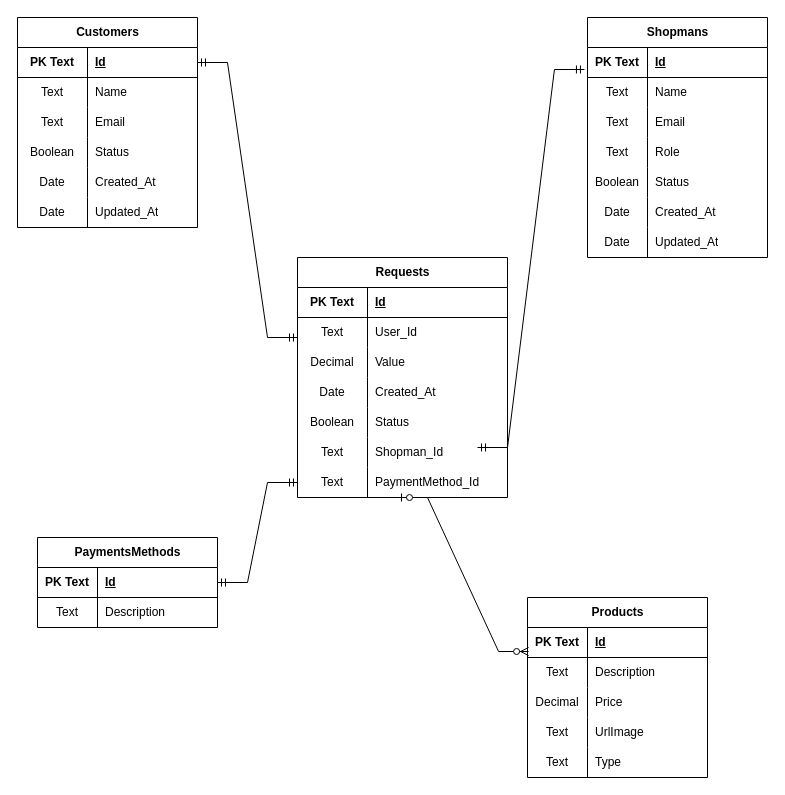
jessicaagrs/backend_APIDelivery keeps this draw.io diagram as DiagramAPIDelivery.drawio. Above is the earlier version. Source tidied: cells renumbered, new cells numbered last; positions are measured from the earlier drawing's top-left corner, leaving out a move shared by most shapes. Both pictures are drawn from the tidied source at 100%, with x=0, y=0 at pixel (17, 17).
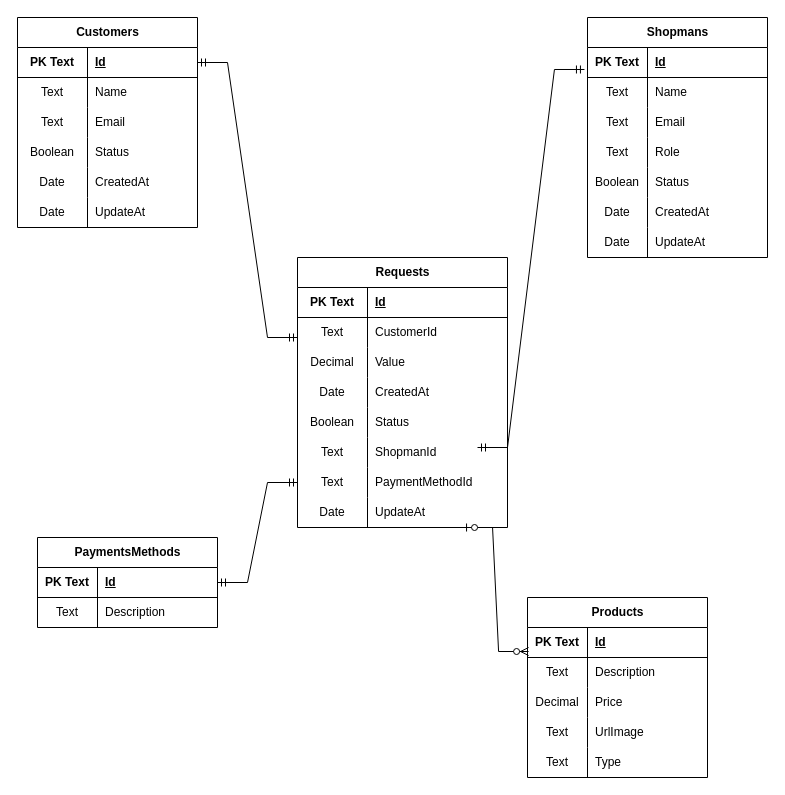
The same page after the edit.

Commit message (it also covers changes not shown here):
fix: alter props drawio

Unchanged cells that the change refers to:
```xml
<mxCell id="15" style="shape=tableRow;horizontal=0;startSize=0;swimlaneHead=0;swimlaneBody=0;fillColor=none;top=0;left=0;right=0;bottom=0;" parent="2" vertex="1">
  <mxGeometry y="150" width="180" height="30" as="geometry" />
</mxCell>
<mxCell id="18" style="shape=tableRow;horizontal=0;startSize=0;swimlaneHead=0;swimlaneBody=0;fillColor=none;top=0;left=0;right=0;bottom=0;" parent="2" vertex="1">
  <mxGeometry y="180" width="180" height="30" as="geometry" />
</mxCell>
<mxCell id="37" style="shape=tableRow;horizontal=0;startSize=0;swimlaneHead=0;swimlaneBody=0;fillColor=none;top=0;left=0;right=0;bottom=0;" parent="21" vertex="1">
  <mxGeometry y="180" width="180" height="30" as="geometry" />
</mxCell>
<mxCell id="40" style="shape=tableRow;horizontal=0;startSize=0;swimlaneHead=0;swimlaneBody=0;fillColor=none;top=0;left=0;right=0;bottom=0;" parent="21" vertex="1">
  <mxGeometry y="210" width="180" height="30" as="geometry" />
</mxCell>
<mxCell id="51" style="shape=tableRow;horizontal=0;startSize=0;swimlaneHead=0;swimlaneBody=0;fillColor=none;points=[[0,0.5],[1,0.5]];portConstraint=eastwest;top=0;left=0;right=0;bottom=1;" parent="50" vertex="1">
  <mxGeometry y="30" width="180" height="30" as="geometry" />
</mxCell>
<mxCell id="70" style="shape=tableRow;horizontal=0;startSize=0;swimlaneHead=0;swimlaneBody=0;fillColor=none;top=0;left=0;right=0;bottom=0;" parent="66" vertex="1">
  <mxGeometry y="60" width="210" height="30" as="geometry" />
</mxCell>
<mxCell id="76" style="shape=tableRow;horizontal=0;startSize=0;swimlaneHead=0;swimlaneBody=0;fillColor=none;top=0;left=0;right=0;bottom=0;" parent="66" vertex="1">
  <mxGeometry y="120" width="210" height="30" as="geometry" />
</mxCell>
<mxCell id="82" style="shape=tableRow;horizontal=0;startSize=0;swimlaneHead=0;swimlaneBody=0;fillColor=none;top=0;left=0;right=0;bottom=0;" parent="66" vertex="1">
  <mxGeometry y="180" width="210" height="30" as="geometry" />
</mxCell>
<mxCell id="85" style="shape=tableRow;horizontal=0;startSize=0;swimlaneHead=0;swimlaneBody=0;fillColor=none;top=0;left=0;right=0;bottom=0;" parent="66" vertex="1">
  <mxGeometry y="210" width="210" height="30" as="geometry" />
</mxCell>
```

Diff of the diagram source:
```diff
@@
-    <mxCell id="17" value="Created_At" style="shape=partialRectangle;fillColor=none;top=0;left=0;bottom=0;right=0;align=left;spacingLeft=6;overflow=hidden;whiteSpace=wrap;html=1;" parent="15" vertex="1">
+    <mxCell id="17" value="CreatedAt" style="shape=partialRectangle;fillColor=none;top=0;left=0;bottom=0;right=0;align=left;spacingLeft=6;overflow=hidden;whiteSpace=wrap;html=1;" parent="15" vertex="1">
       <mxGeometry x="70" width="110" height="30" as="geometry" />
     </mxCell>
@@
-    <mxCell id="20" value="Updated_At" style="shape=partialRectangle;fillColor=none;top=0;left=0;bottom=0;right=0;align=left;spacingLeft=6;overflow=hidden;whiteSpace=wrap;html=1;" parent="18" vertex="1">
+    <mxCell id="20" value="UpdateAt" style="shape=partialRectangle;fillColor=none;top=0;left=0;bottom=0;right=0;align=left;spacingLeft=6;overflow=hidden;whiteSpace=wrap;html=1;" parent="18" vertex="1">
       <mxGeometry x="70" width="110" height="30" as="geometry" />
     </mxCell>
@@
-    <mxCell id="39" value="Created_At" style="shape=partialRectangle;fillColor=none;top=0;left=0;bottom=0;right=0;align=left;spacingLeft=6;overflow=hidden;whiteSpace=wrap;html=1;" parent="37" vertex="1">
+    <mxCell id="39" value="CreatedAt" style="shape=partialRectangle;fillColor=none;top=0;left=0;bottom=0;right=0;align=left;spacingLeft=6;overflow=hidden;whiteSpace=wrap;html=1;" parent="37" vertex="1">
       <mxGeometry x="60" width="120" height="30" as="geometry" />
     </mxCell>
@@
-    <mxCell id="42" value="Updated_At" style="shape=partialRectangle;fillColor=none;top=0;left=0;bottom=0;right=0;align=left;spacingLeft=6;overflow=hidden;whiteSpace=wrap;html=1;" parent="40" vertex="1">
+    <mxCell id="42" value="UpdateAt" style="shape=partialRectangle;fillColor=none;top=0;left=0;bottom=0;right=0;align=left;spacingLeft=6;overflow=hidden;whiteSpace=wrap;html=1;" parent="40" vertex="1">
       <mxGeometry x="60" width="120" height="30" as="geometry" />
     </mxCell>
@@
     <mxCell id="66" value="Requests" style="shape=table;startSize=30;childLayout=tableLayout;rowLines=0;fontStyle=1;align=center;html=1;" parent="1" vertex="1">
-      <mxGeometry x="280" y="240" width="210" height="240" as="geometry" />
+      <mxGeometry x="280" y="240" width="210" height="270" as="geometry" />
     </mxCell>
@@
-    <mxCell id="72" value="User_Id" style="shape=partialRectangle;fillColor=none;top=0;left=0;bottom=0;right=0;align=left;spacingLeft=6;overflow=hidden;whiteSpace=wrap;html=1;" parent="70" vertex="1">
+    <mxCell id="72" value="CustomerId" style="shape=partialRectangle;fillColor=none;top=0;left=0;bottom=0;right=0;align=left;spacingLeft=6;overflow=hidden;whiteSpace=wrap;html=1;" parent="70" vertex="1">
       <mxGeometry x="70" width="140" height="30" as="geometry" />
     </mxCell>
@@
-    <mxCell id="78" value="Created_At" style="shape=partialRectangle;fillColor=none;top=0;left=0;bottom=0;right=0;align=left;spacingLeft=6;overflow=hidden;whiteSpace=wrap;html=1;" parent="76" vertex="1">
+    <mxCell id="78" value="CreatedAt" style="shape=partialRectangle;fillColor=none;top=0;left=0;bottom=0;right=0;align=left;spacingLeft=6;overflow=hidden;whiteSpace=wrap;html=1;" parent="76" vertex="1">
       <mxGeometry x="70" width="140" height="30" as="geometry" />
     </mxCell>
@@
-    <mxCell id="84" value="Shopman_Id" style="shape=partialRectangle;fillColor=none;top=0;left=0;bottom=0;right=0;align=left;spacingLeft=6;overflow=hidden;whiteSpace=wrap;html=1;" parent="82" vertex="1">
+    <mxCell id="84" value="ShopmanId" style="shape=partialRectangle;fillColor=none;top=0;left=0;bottom=0;right=0;align=left;spacingLeft=6;overflow=hidden;whiteSpace=wrap;html=1;" parent="82" vertex="1">
       <mxGeometry x="70" width="140" height="30" as="geometry" />
     </mxCell>
@@
-    <mxCell id="87" value="PaymentMethod_Id" style="shape=partialRectangle;fillColor=none;top=0;left=0;bottom=0;right=0;align=left;spacingLeft=6;overflow=hidden;whiteSpace=wrap;html=1;" parent="85" vertex="1">
+    <mxCell id="87" value="PaymentMethodId" style="shape=partialRectangle;fillColor=none;top=0;left=0;bottom=0;right=0;align=left;spacingLeft=6;overflow=hidden;whiteSpace=wrap;html=1;" parent="85" vertex="1">
       <mxGeometry x="70" width="140" height="30" as="geometry" />
     </mxCell>
+    <mxCell id="92" style="shape=tableRow;horizontal=0;startSize=0;swimlaneHead=0;swimlaneBody=0;fillColor=none;points=[[0,0.5],[1,0.5]];portConstraint=eastwest;top=0;left=0;right=0;bottom=0;" parent="66" vertex="1">
+      <mxGeometry y="240" width="210" height="30" as="geometry" />
+    </mxCell>
+    <mxCell id="93" value="Date" style="shape=partialRectangle;fillColor=none;top=0;left=0;bottom=0;right=0;overflow=hidden;whiteSpace=wrap;html=1;" parent="92" vertex="1">
+      <mxGeometry width="70" height="30" as="geometry" />
+    </mxCell>
+    <mxCell id="94" value="UpdateAt" style="shape=partialRectangle;fillColor=none;top=0;left=0;bottom=0;right=0;align=left;spacingLeft=6;overflow=hidden;whiteSpace=wrap;html=1;" parent="92" vertex="1">
+      <mxGeometry x="70" width="140" height="30" as="geometry" />
+    </mxCell>
@@
-    <mxCell id="89" style="edgeStyle=entityRelationEdgeStyle;fontSize=12;html=1;endArrow=ERzeroToMany;startArrow=ERzeroToOne;rounded=0;entryX=0.006;entryY=0.8;entryDx=0;entryDy=0;exitX=1;exitY=0.5;exitDx=0;exitDy=0;entryPerimeter=0;" parent="1" edge="1" target="51">
+    <mxCell id="89" style="edgeStyle=entityRelationEdgeStyle;fontSize=12;html=1;endArrow=ERzeroToMany;startArrow=ERzeroToOne;rounded=0;entryX=0.006;entryY=0.8;entryDx=0;entryDy=0;exitX=0.786;exitY=1;exitDx=0;exitDy=0;entryPerimeter=0;exitPerimeter=0;" parent="1" edge="1" source="92" target="51">
       <mxGeometry relative="1" as="geometry">
-        <mxPoint x="380" y="480" as="sourcePoint" />
         <Array as="points">
           <mxPoint x="530" y="620" />
         </Array>
       </mxGeometry>
     </mxCell>
```
